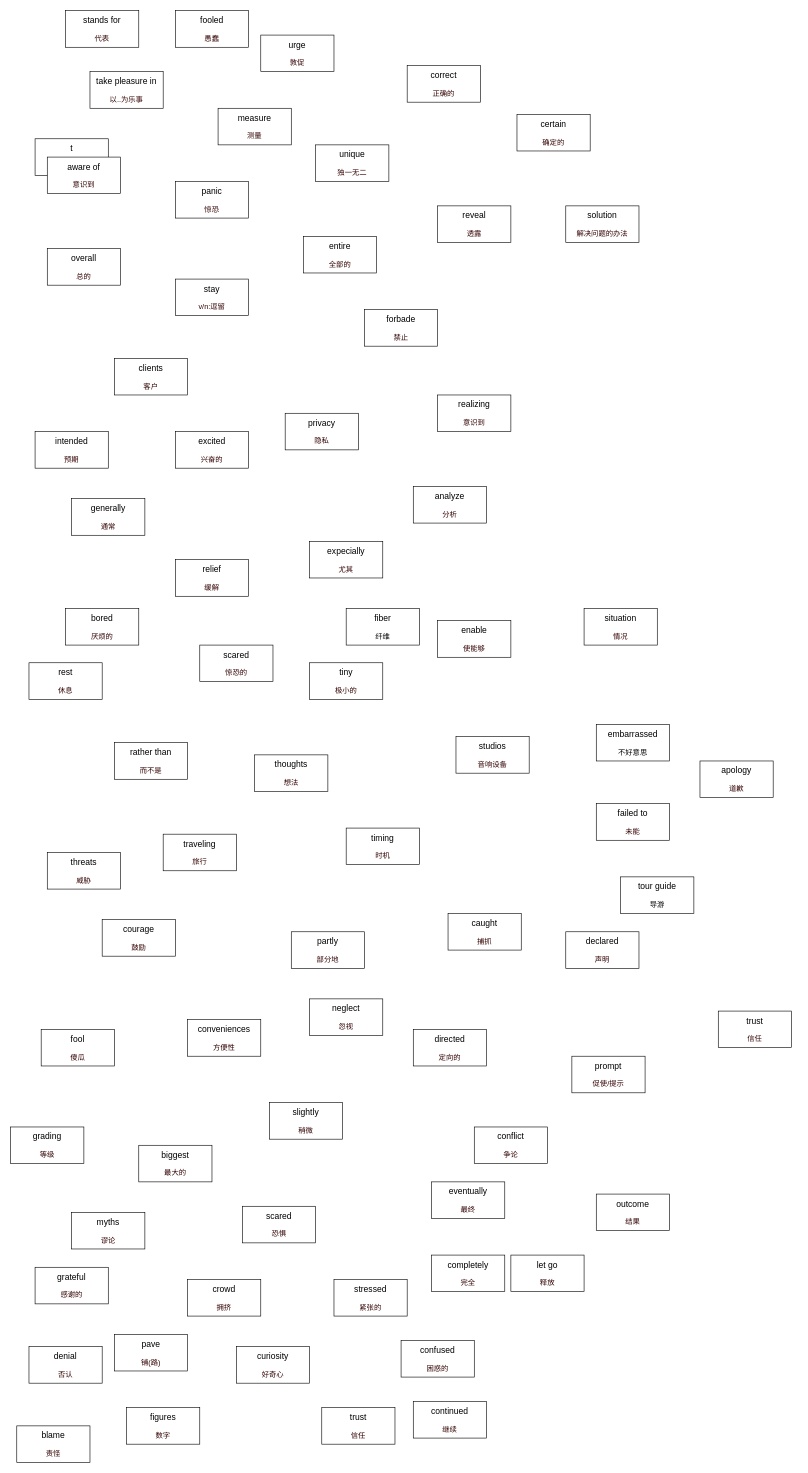
This is ocean.drawio from banBlue/drawio, a draw.io file, before an edit. Source tidied: cells renumbered, new cells numbered last; positions are measured from the earlier drawing's top-left corner, leaving out a move shared by most shapes. Both pictures are drawn from the tidied source at 61%, with x=0, y=0 at pixel (10, 10).
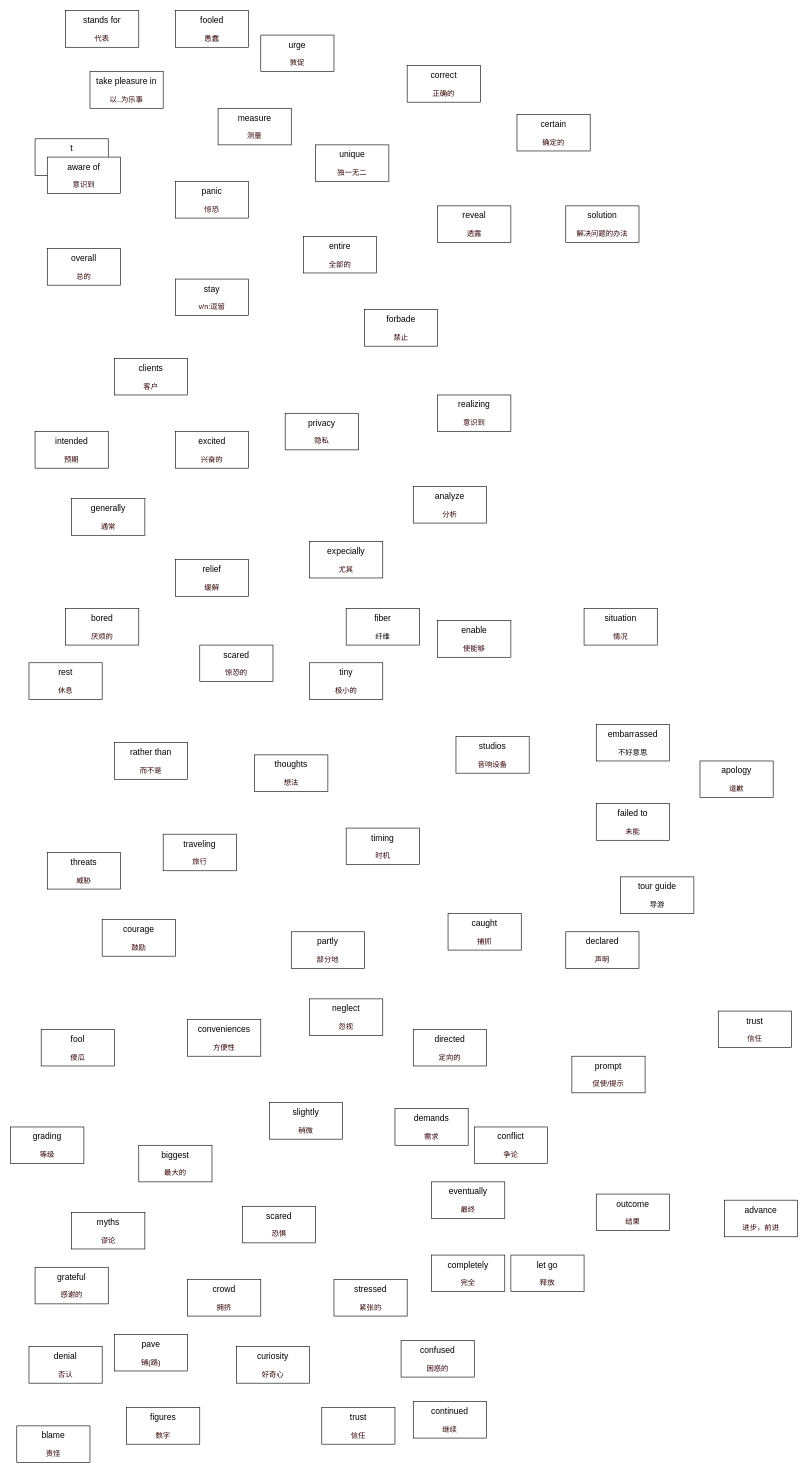
After the change.

Diff of the diagram source:
```diff
@@
+    <mxCell id="76" value="&lt;font style=&quot;font-size: 14px&quot;&gt;demands&lt;br&gt;&lt;/font&gt;&lt;br&gt;&lt;font color=&quot;#330000&quot;&gt;需求&lt;/font&gt;" style="rounded=0;whiteSpace=wrap;html=1;" parent="1" vertex="1">
+      <mxGeometry x="630" y="1800" width="120" height="60" as="geometry" />
+    </mxCell>
+    <mxCell id="77" value="&lt;font style=&quot;font-size: 14px&quot;&gt;advance&lt;br&gt;&lt;/font&gt;&lt;br&gt;&lt;font color=&quot;#330000&quot;&gt;进步，前进&lt;/font&gt;" style="rounded=0;whiteSpace=wrap;html=1;" parent="1" vertex="1">
+      <mxGeometry x="1170" y="1950" width="120" height="60" as="geometry" />
+    </mxCell>
```
